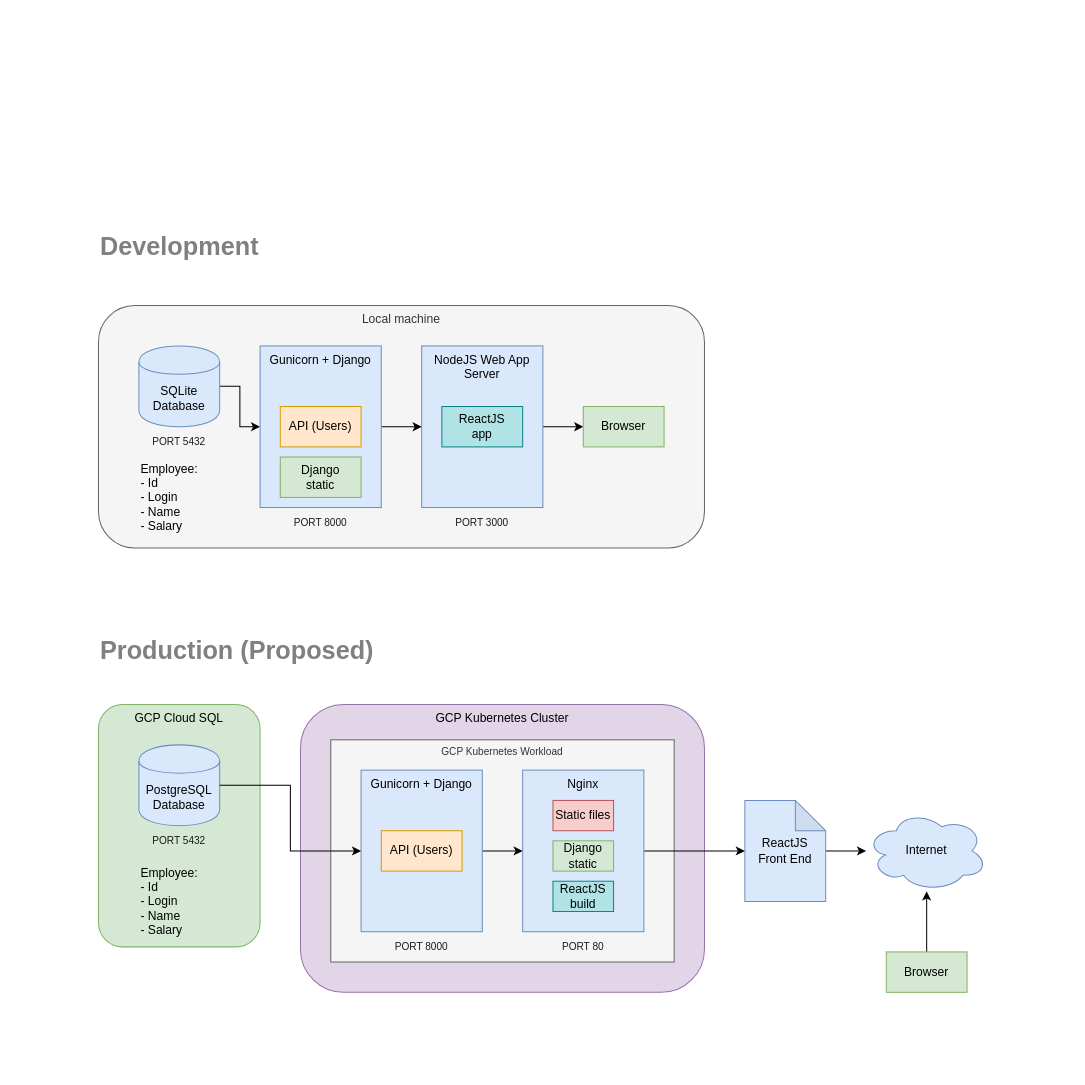
alanwuha/techhunt keeps this draw.io diagram as diagrams/architecture.drawio. Above is the earlier version. Source tidied: cells renumbered, new cells numbered last; positions are measured from the earlier drawing's top-left corner, leaving out a move shared by most shapes. Both pictures are drawn from the tidied source at 101%, with x=0, y=0 at pixel (98, 234).
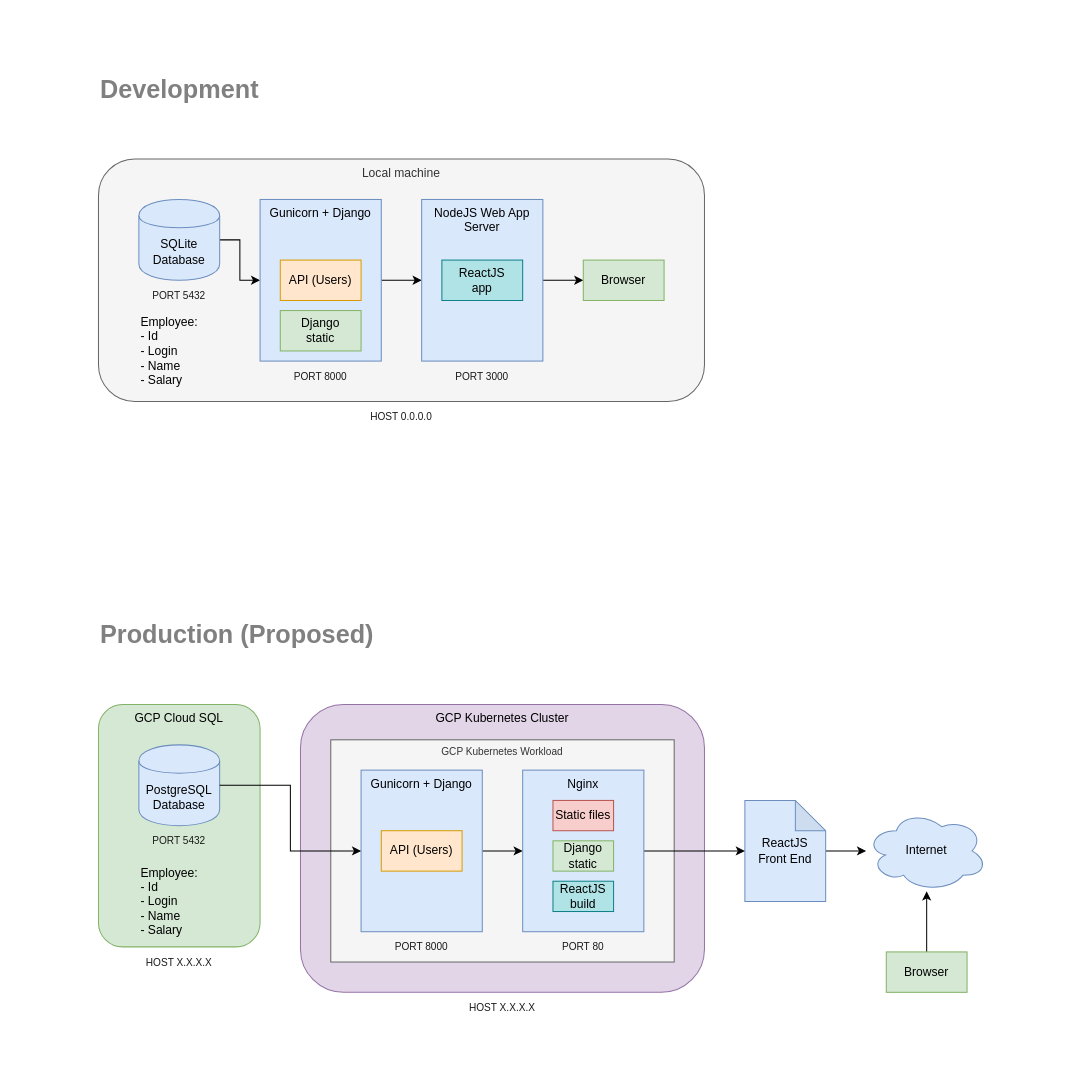
After the change.

What changed in the source:
```diff
@@
+    <mxCell id="42" style="rounded=0;whiteSpace=wrap;html=1;fontSize=10;fontColor=#1A1A1A;align=center;strokeColor=none;" parent="1" vertex="1">
+      <mxGeometry x="-80" y="305" width="1040" height="520" as="geometry" />
+    </mxCell>
+    <mxCell id="43" style="rounded=0;whiteSpace=wrap;html=1;fontSize=10;fontColor=#1A1A1A;align=center;strokeColor=none;" parent="1" vertex="1">
+      <mxGeometry x="-80" y="-215" width="760" height="440" as="geometry" />
+    </mxCell>
@@
     <mxCell id="4" value="Local machine" style="rounded=1;whiteSpace=wrap;html=1;verticalAlign=top;fillColor=#f5f5f5;strokeColor=#666666;fontColor=#333333;" parent="1" vertex="1">
-      <mxGeometry y="70" width="600" height="240" as="geometry" />
+      <mxGeometry y="-75" width="600" height="240" as="geometry" />
     </mxCell>
@@
     <mxCell id="7" value="Gunicorn + Django" style="rounded=0;whiteSpace=wrap;html=1;horizontal=1;verticalAlign=top;fillColor=#dae8fc;strokeColor=#6c8ebf;" parent="1" vertex="1">
-      <mxGeometry x="160" y="110" width="120" height="160" as="geometry" />
+      <mxGeometry x="160" y="-35" width="120" height="160" as="geometry" />
     </mxCell>
     <mxCell id="8" value="API (Users)" style="rounded=0;whiteSpace=wrap;html=1;fillColor=#ffe6cc;strokeColor=#d79b00;" parent="1" vertex="1">
-      <mxGeometry x="180" y="170" width="80" height="40" as="geometry" />
+      <mxGeometry x="180" y="25" width="80" height="40" as="geometry" />
     </mxCell>
@@
     <mxCell id="10" value="NodeJS Web App Server" style="rounded=0;whiteSpace=wrap;html=1;verticalAlign=top;fillColor=#dae8fc;strokeColor=#6c8ebf;" parent="1" vertex="1">
-      <mxGeometry x="320" y="110" width="120" height="160" as="geometry" />
+      <mxGeometry x="320" y="-35" width="120" height="160" as="geometry" />
     </mxCell>
     <mxCell id="11" value="ReactJS&lt;br&gt;app" style="rounded=0;whiteSpace=wrap;html=1;fillColor=#b0e3e6;strokeColor=#0e8088;" parent="1" vertex="1">
-      <mxGeometry x="340" y="170" width="80" height="40" as="geometry" />
+      <mxGeometry x="340" y="25" width="80" height="40" as="geometry" />
     </mxCell>
     <mxCell id="12" value="Browser" style="rounded=0;whiteSpace=wrap;html=1;fillColor=#d5e8d4;strokeColor=#82b366;" parent="1" vertex="1">
-      <mxGeometry x="480" y="170" width="80" height="40" as="geometry" />
+      <mxGeometry x="480" y="25" width="80" height="40" as="geometry" />
     </mxCell>
     <mxCell id="13" value="SQLite&lt;br&gt;Database" style="shape=cylinder;whiteSpace=wrap;html=1;boundedLbl=1;backgroundOutline=1;fillColor=#dae8fc;strokeColor=#6c8ebf;" parent="1" vertex="1">
-      <mxGeometry x="40" y="110" width="80" height="80" as="geometry" />
+      <mxGeometry x="40" y="-35" width="80" height="80" as="geometry" />
     </mxCell>
     <mxCell id="14" value="Employee:&lt;br&gt;- Id&lt;br&gt;- Login&lt;br&gt;- Name&lt;br&gt;- Salary" style="text;html=1;strokeColor=none;fillColor=none;align=left;verticalAlign=middle;whiteSpace=wrap;rounded=0;" parent="1" vertex="1">
-      <mxGeometry x="40" y="250" width="70" height="20" as="geometry" />
+      <mxGeometry x="40" y="105" width="70" height="20" as="geometry" />
     </mxCell>
@@
     <mxCell id="27" value="&lt;b style=&quot;font-size: 25px&quot;&gt;&lt;font style=&quot;font-size: 25px&quot;&gt;Development&lt;/font&gt;&lt;/b&gt;" style="text;html=1;strokeColor=none;fillColor=none;align=left;verticalAlign=middle;whiteSpace=wrap;rounded=0;fontSize=25;fontColor=#808080;" parent="1" vertex="1">
-      <mxGeometry width="230" height="20" as="geometry" />
+      <mxGeometry y="-155" width="230" height="20" as="geometry" />
     </mxCell>
@@
     <mxCell id="29" value="&lt;b&gt;Production (Proposed)&lt;/b&gt;" style="text;html=1;strokeColor=none;fillColor=none;align=left;verticalAlign=middle;whiteSpace=wrap;rounded=0;fontSize=25;fontColor=#808080;" parent="1" vertex="1">
-      <mxGeometry y="400" width="310" height="20" as="geometry" />
+      <mxGeometry y="385" width="310" height="20" as="geometry" />
     </mxCell>
@@
     <mxCell id="37" value="PORT 3000" style="text;html=1;strokeColor=none;fillColor=none;align=center;verticalAlign=middle;whiteSpace=wrap;rounded=0;fontSize=10;fontColor=#1A1A1A;" parent="1" vertex="1">
-      <mxGeometry x="320" y="270" width="120" height="30" as="geometry" />
+      <mxGeometry x="320" y="125" width="120" height="30" as="geometry" />
     </mxCell>
     <mxCell id="38" value="PORT 8000" style="text;html=1;strokeColor=none;fillColor=none;align=center;verticalAlign=middle;whiteSpace=wrap;rounded=0;fontSize=10;fontColor=#1A1A1A;" parent="1" vertex="1">
-      <mxGeometry x="160" y="270" width="120" height="30" as="geometry" />
+      <mxGeometry x="160" y="125" width="120" height="30" as="geometry" />
     </mxCell>
@@
     <mxCell id="40" value="PORT 5432" style="text;html=1;strokeColor=none;fillColor=none;align=center;verticalAlign=middle;whiteSpace=wrap;rounded=0;fontSize=10;fontColor=#1A1A1A;" parent="1" vertex="1">
-      <mxGeometry x="20" y="190" width="120" height="30" as="geometry" />
+      <mxGeometry x="20" y="45" width="120" height="30" as="geometry" />
     </mxCell>
     <mxCell id="41" value="Django&lt;br&gt;static" style="rounded=0;whiteSpace=wrap;html=1;fillColor=#d5e8d4;strokeColor=#82b366;" parent="1" vertex="1">
-      <mxGeometry x="180" y="220" width="80" height="40" as="geometry" />
+      <mxGeometry x="180" y="75" width="80" height="40" as="geometry" />
     </mxCell>
+    <mxCell id="44" value="HOST X.X.X.X" style="text;html=1;strokeColor=none;fillColor=none;align=center;verticalAlign=middle;whiteSpace=wrap;rounded=0;fontSize=10;fontColor=#1A1A1A;" parent="1" vertex="1">
+      <mxGeometry y="705" width="160" height="30" as="geometry" />
+    </mxCell>
+    <mxCell id="45" value="HOST X.X.X.X" style="text;html=1;strokeColor=none;fillColor=none;align=center;verticalAlign=middle;whiteSpace=wrap;rounded=0;fontSize=10;fontColor=#1A1A1A;" parent="1" vertex="1">
+      <mxGeometry x="200" y="750" width="400" height="30" as="geometry" />
+    </mxCell>
+    <mxCell id="46" value="HOST 0.0.0.0" style="text;html=1;strokeColor=none;fillColor=none;align=center;verticalAlign=middle;whiteSpace=wrap;rounded=0;fontSize=10;fontColor=#1A1A1A;" parent="1" vertex="1">
+      <mxGeometry y="165" width="600" height="30" as="geometry" />
+    </mxCell>
```
